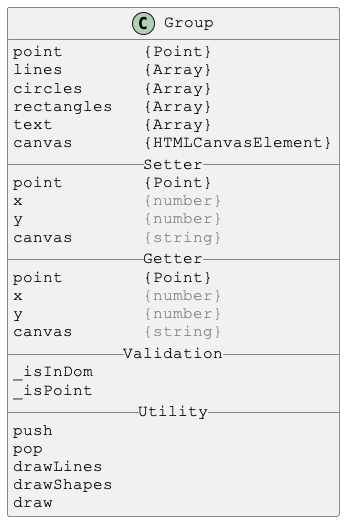
Before: docs/PlantUml/images/Group.png, a diagram exported from PlantUML (Justin-Byrne/canvasLab). The source it was exported from:
```plantuml
@startuml

skinparam DefaultFontSize 16
skinparam DefaultFontName Courier New

class Group {
point        {Point}
lines        {Array}
circles      {Array}
rectangles   {Array}
text         {Array}
canvas       {HTMLCanvasElement}
__ Setter __
point        {Point}
x            <color:gray>{number}</color>
y            <color:gray>{number}</color>
canvas       <color:gray>{string}</color>
__ Getter __
point        {Point}
x            <color:gray>{number}</color>
y            <color:gray>{number}</color>
canvas       <color:gray>{string}</color>
__ Validation __
_isInDom
_isPoint
__ Utility __
push
pop
drawLines
drawShapes
draw
}

@enduml
```
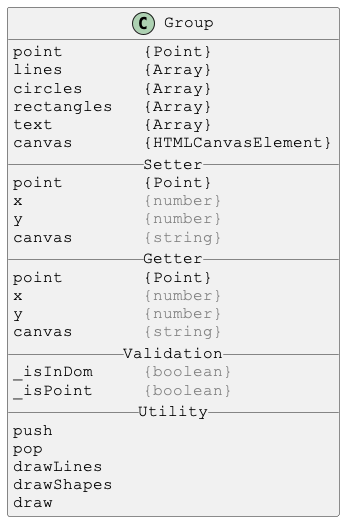
The same diagram one commit later.

The edit, as a diff of the source:
```diff
@@ -21,8 +21,8 @@
 y            <color:gray>{number}</color>
 canvas       <color:gray>{string}</color>
 __ Validation __
-_isInDom
-_isPoint
+_isInDom     <color:gray>{boolean}</color>
+_isPoint     <color:gray>{boolean}</color>
 __ Utility __
 push
 pop
```
